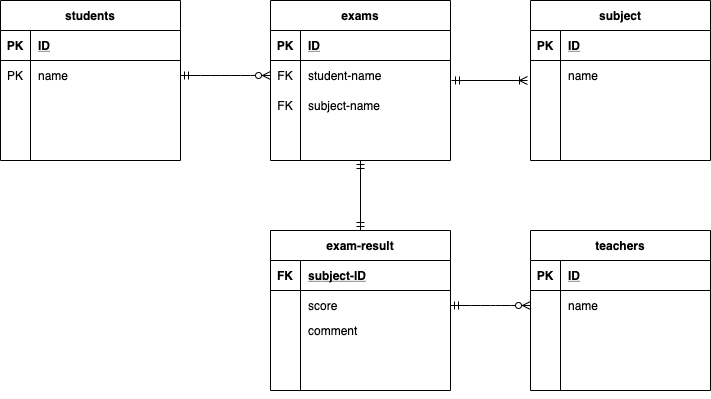
This is index.drawio.png from kiyo1215/coachtech_exam-database, a draw.io export, as it was before one commit. Source tidied: cells renumbered, new cells last; positions are measured from the earlier drawing's top-left corner, leaving out a move shared by most shapes.
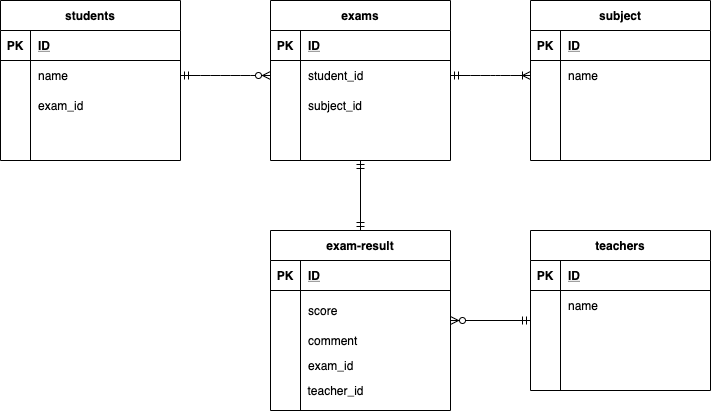
The same diagram one commit later.

Diff of the diagram source:
```diff
@@ -17,7 +17,7 @@
     <mxCell id="6" style="shape=partialRectangle;fillColor=none;top=0;left=0;bottom=0;right=0;points=[[0,0.5],[1,0.5]];portConstraint=eastwest;" parent="2" vertex="1">
       <mxGeometry y="60" width="180" height="30" as="geometry" />
     </mxCell>
-    <mxCell id="7" value="PK" style="shape=partialRectangle;fillColor=none;top=0;left=0;bottom=0;right=0;overflow=hidden;" parent="6" vertex="1">
+    <mxCell id="7" style="shape=partialRectangle;fillColor=none;top=0;left=0;bottom=0;right=0;overflow=hidden;" parent="6" vertex="1">
       <mxGeometry width="30" height="30" as="geometry" />
     </mxCell>
     <mxCell id="8" value="name" style="shape=partialRectangle;fillColor=none;top=0;left=0;bottom=0;right=0;align=left;spacingLeft=6;overflow=hidden;" parent="6" vertex="1">
@@ -29,7 +29,7 @@
     <mxCell id="10" style="shape=partialRectangle;fillColor=none;top=0;left=0;bottom=0;right=0;overflow=hidden;" parent="9" vertex="1">
       <mxGeometry width="30" height="30" as="geometry" />
     </mxCell>
-    <mxCell id="11" style="shape=partialRectangle;fillColor=none;top=0;left=0;bottom=0;right=0;align=left;spacingLeft=6;overflow=hidden;" parent="9" vertex="1">
+    <mxCell id="11" value="exam_id" style="shape=partialRectangle;fillColor=none;top=0;left=0;bottom=0;right=0;align=left;spacingLeft=6;overflow=hidden;" parent="9" vertex="1">
       <mxGeometry x="30" width="150" height="30" as="geometry" />
     </mxCell>
     <mxCell id="12" style="shape=partialRectangle;fillColor=none;top=0;left=0;bottom=0;right=0;" parent="2" vertex="1">
@@ -56,19 +56,19 @@
     <mxCell id="19" style="shape=partialRectangle;fillColor=none;top=0;left=0;bottom=0;right=0;points=[[0,0.5],[1,0.5]];portConstraint=eastwest;" parent="15" vertex="1">
       <mxGeometry y="60" width="180" height="30" as="geometry" />
     </mxCell>
-    <mxCell id="20" value="FK" style="shape=partialRectangle;fillColor=none;top=0;left=0;bottom=0;right=0;overflow=hidden;" parent="19" vertex="1">
+    <mxCell id="20" style="shape=partialRectangle;fillColor=none;top=0;left=0;bottom=0;right=0;overflow=hidden;" parent="19" vertex="1">
       <mxGeometry width="30" height="30" as="geometry" />
     </mxCell>
-    <mxCell id="21" value="student-name" style="shape=partialRectangle;fillColor=none;top=0;left=0;bottom=0;right=0;align=left;spacingLeft=6;overflow=hidden;" parent="19" vertex="1">
+    <mxCell id="21" value="student_id" style="shape=partialRectangle;fillColor=none;top=0;left=0;bottom=0;right=0;align=left;spacingLeft=6;overflow=hidden;" parent="19" vertex="1">
       <mxGeometry x="30" width="150" height="30" as="geometry" />
     </mxCell>
     <mxCell id="22" style="shape=partialRectangle;fillColor=none;top=0;left=0;bottom=0;right=0;" parent="15" vertex="1">
       <mxGeometry y="90" width="180" height="30" as="geometry" />
     </mxCell>
-    <mxCell id="23" value="FK" style="shape=partialRectangle;fillColor=none;top=0;left=0;bottom=0;right=0;overflow=hidden;" parent="22" vertex="1">
+    <mxCell id="23" style="shape=partialRectangle;fillColor=none;top=0;left=0;bottom=0;right=0;overflow=hidden;" parent="22" vertex="1">
       <mxGeometry width="30" height="30" as="geometry" />
     </mxCell>
-    <mxCell id="24" value="subject-name" style="shape=partialRectangle;fillColor=none;top=0;left=0;bottom=0;right=0;align=left;spacingLeft=6;overflow=hidden;" parent="22" vertex="1">
+    <mxCell id="24" value="subject_id" style="shape=partialRectangle;fillColor=none;top=0;left=0;bottom=0;right=0;align=left;spacingLeft=6;overflow=hidden;" parent="22" vertex="1">
       <mxGeometry x="30" width="150" height="30" as="geometry" />
     </mxCell>
     <mxCell id="25" style="shape=partialRectangle;fillColor=none;top=0;left=0;bottom=0;right=0;" parent="15" vertex="1">
@@ -110,34 +110,29 @@
     <mxCell id="37" style="shape=partialRectangle;fillColor=none;top=0;left=0;bottom=0;right=0;align=left;spacingLeft=6;overflow=hidden;" parent="35" vertex="1">
       <mxGeometry x="30" width="150" height="30" as="geometry" />
     </mxCell>
-    <mxCell id="38" style="edgeStyle=none;rounded=0;jettySize=auto;html=1;exitX=0.5;exitY=1;exitDx=0;exitDy=0;" parent="1" edge="1" source="39">
-      <mxGeometry relative="1" as="geometry">
-        <mxPoint x="360" y="390" as="targetPoint" />
-      </mxGeometry>
-    </mxCell>
     <mxCell id="39" value="exam-result" style="shape=table;startSize=30;rowLines=0;fontStyle=1;align=center;" parent="1" vertex="1">
-      <mxGeometry x="270" y="230" width="180" height="160" as="geometry" />
+      <mxGeometry x="270" y="230" width="180" height="180" as="geometry" />
     </mxCell>
     <mxCell id="40" style="shape=partialRectangle;fillColor=none;top=0;left=0;bottom=1;right=0;" parent="39" vertex="1">
       <mxGeometry y="30" width="180" height="30" as="geometry" />
     </mxCell>
-    <mxCell id="41" value="FK" style="shape=partialRectangle;fillColor=none;top=0;left=0;bottom=0;right=0;fontStyle=1;overflow=hidden;" parent="40" vertex="1">
+    <mxCell id="41" value="PK" style="shape=partialRectangle;fillColor=none;top=0;left=0;bottom=0;right=0;fontStyle=1;overflow=hidden;" parent="40" vertex="1">
       <mxGeometry width="30" height="30" as="geometry" />
     </mxCell>
-    <mxCell id="42" value="subject-ID" style="shape=partialRectangle;fillColor=none;top=0;left=0;bottom=0;right=0;align=left;spacingLeft=6;fontStyle=5;overflow=hidden;" parent="40" vertex="1">
+    <mxCell id="42" value="ID" style="shape=partialRectangle;fillColor=none;top=0;left=0;bottom=0;right=0;align=left;spacingLeft=6;fontStyle=5;overflow=hidden;" parent="40" vertex="1">
       <mxGeometry x="30" width="150" height="30" as="geometry" />
     </mxCell>
     <mxCell id="43" style="shape=partialRectangle;fillColor=none;top=0;left=0;bottom=0;right=0;points=[[0,0.5],[1,0.5]];portConstraint=eastwest;" parent="39" vertex="1">
-      <mxGeometry y="60" width="180" height="30" as="geometry" />
+      <mxGeometry y="60" width="180" height="40" as="geometry" />
     </mxCell>
     <mxCell id="44" style="shape=partialRectangle;fillColor=none;top=0;left=0;bottom=0;right=0;overflow=hidden;" parent="43" vertex="1">
-      <mxGeometry width="30" height="30" as="geometry" />
+      <mxGeometry width="30" height="40" as="geometry" />
     </mxCell>
     <mxCell id="45" value="score" style="shape=partialRectangle;fillColor=none;top=0;left=0;bottom=0;right=0;align=left;spacingLeft=6;overflow=hidden;" parent="43" vertex="1">
-      <mxGeometry x="30" width="150" height="30" as="geometry" />
+      <mxGeometry x="30" width="150" height="40" as="geometry" />
     </mxCell>
     <mxCell id="46" style="shape=partialRectangle;fillColor=none;top=0;left=0;bottom=0;right=0;" parent="39" vertex="1">
-      <mxGeometry y="90" width="180" height="20" as="geometry" />
+      <mxGeometry y="100" width="180" height="20" as="geometry" />
     </mxCell>
     <mxCell id="47" style="shape=partialRectangle;fillColor=none;top=0;left=0;bottom=0;right=0;overflow=hidden;" parent="46" vertex="1">
       <mxGeometry width="30" height="20" as="geometry" />
@@ -146,12 +141,12 @@
       <mxGeometry x="30" width="150" height="20" as="geometry" />
     </mxCell>
     <mxCell id="49" style="shape=partialRectangle;fillColor=none;top=0;left=0;bottom=0;right=0;" parent="39" vertex="1">
-      <mxGeometry y="110" width="180" height="30" as="geometry" />
+      <mxGeometry y="120" width="180" height="30" as="geometry" />
     </mxCell>
     <mxCell id="50" style="shape=partialRectangle;fillColor=none;top=0;left=0;bottom=0;right=0;overflow=hidden;" parent="49" vertex="1">
       <mxGeometry width="30" height="30" as="geometry" />
     </mxCell>
-    <mxCell id="51" style="shape=partialRectangle;fillColor=none;top=0;left=0;bottom=0;right=0;align=left;spacingLeft=6;overflow=hidden;" parent="49" vertex="1">
+    <mxCell id="51" value="exam_id" style="shape=partialRectangle;fillColor=none;top=0;left=0;bottom=0;right=0;align=left;spacingLeft=6;overflow=hidden;" parent="49" vertex="1">
       <mxGeometry x="30" width="150" height="30" as="geometry" />
     </mxCell>
     <mxCell id="52" style="fontSize=12;html=1;endArrow=ERmandOne;startArrow=ERmandOne;entryX=0.5;entryY=1;entryDx=0;entryDy=0;exitX=0.5;exitY=0;exitDx=0;exitDy=0;" parent="1" edge="1" source="39" target="15">
@@ -160,15 +155,6 @@
     <mxCell id="53" style="edgeStyle=entityRelationEdgeStyle;fontSize=12;html=1;endArrow=ERzeroToMany;startArrow=ERmandOne;entryX=0;entryY=0.5;entryDx=0;entryDy=0;exitX=1;exitY=0.5;exitDx=0;exitDy=0;" parent="1" edge="1" source="6" target="19">
       <mxGeometry relative="1" as="geometry" />
     </mxCell>
-    <mxCell id="54" style="edgeStyle=entityRelationEdgeStyle;fontSize=12;html=1;endArrow=ERzeroToMany;startArrow=ERmandOne;entryX=0;entryY=0.5;entryDx=0;entryDy=0;" parent="1" edge="1" source="43" target="32">
-      <mxGeometry relative="1" as="geometry" />
-    </mxCell>
-    <mxCell id="55" style="fontSize=12;html=1;endArrow=ERoneToMany;startArrow=ERmandOne;" parent="1" edge="1">
-      <mxGeometry relative="1" as="geometry">
-        <mxPoint x="451" y="80" as="sourcePoint" />
-        <mxPoint x="527" y="80" as="targetPoint" />
-      </mxGeometry>
-    </mxCell>
     <mxCell id="56" value="subject" style="shape=table;startSize=30;rowLines=0;fontStyle=1;align=center;" parent="1" vertex="1">
       <mxGeometry x="530" width="180" height="160" as="geometry" />
     </mxCell>
@@ -208,5 +194,17 @@
     <mxCell id="68" style="shape=partialRectangle;fillColor=none;top=0;left=0;bottom=0;right=0;align=left;spacingLeft=6;overflow=hidden;" parent="66" vertex="1">
       <mxGeometry x="30" width="150" height="20" as="geometry" />
     </mxCell>
+    <mxCell id="69" style="fontSize=12;html=1;endArrow=ERzeroToMany;startArrow=ERmandOne;" parent="1" edge="1">
+      <mxGeometry relative="1" as="geometry">
+        <mxPoint x="530" y="320" as="sourcePoint" />
+        <mxPoint x="450" y="320" as="targetPoint" />
+      </mxGeometry>
+    </mxCell>
+    <mxCell id="70" style="edgeStyle=entityRelationEdgeStyle;fontSize=12;html=1;endArrow=ERoneToMany;startArrow=ERmandOne;entryX=0;entryY=0.5;entryDx=0;entryDy=0;exitX=1;exitY=0.5;exitDx=0;exitDy=0;" parent="1" edge="1" source="19" target="60">
+      <mxGeometry relative="1" as="geometry" />
+    </mxCell>
+    <mxCell id="71" value="teacher_id" style="text;html=1;align=center;verticalAlign=middle;strokeColor=none;" parent="1" vertex="1">
+      <mxGeometry x="300" y="380" width="70" height="20" as="geometry" />
+    </mxCell>
   </root>
 </mxGraphModel>
```
